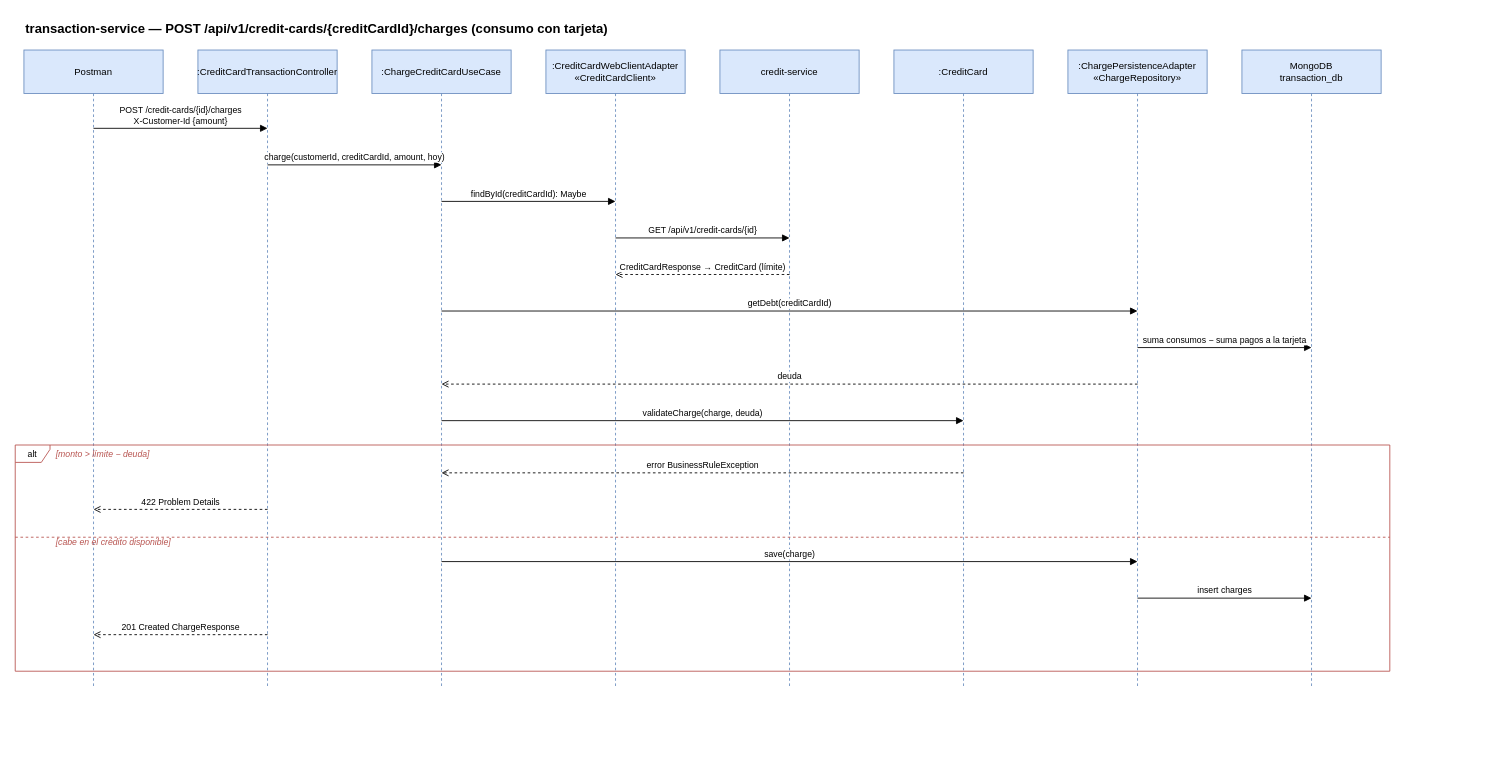
Earlier version of the draw.io diagram page "transaction-service — consumo" (5 of 5) of docs/diagrams/sequence-diagrams.drawio (kuroxbyte/bootcamp-bank-project-docs). Source tidied: cells renumbered, new cells numbered last; positions are measured from the earlier drawing's top-left corner, leaving out a move shared by most shapes. Both pictures are drawn from the tidied source at 87%, with x=0, y=0 at pixel (15, 15).
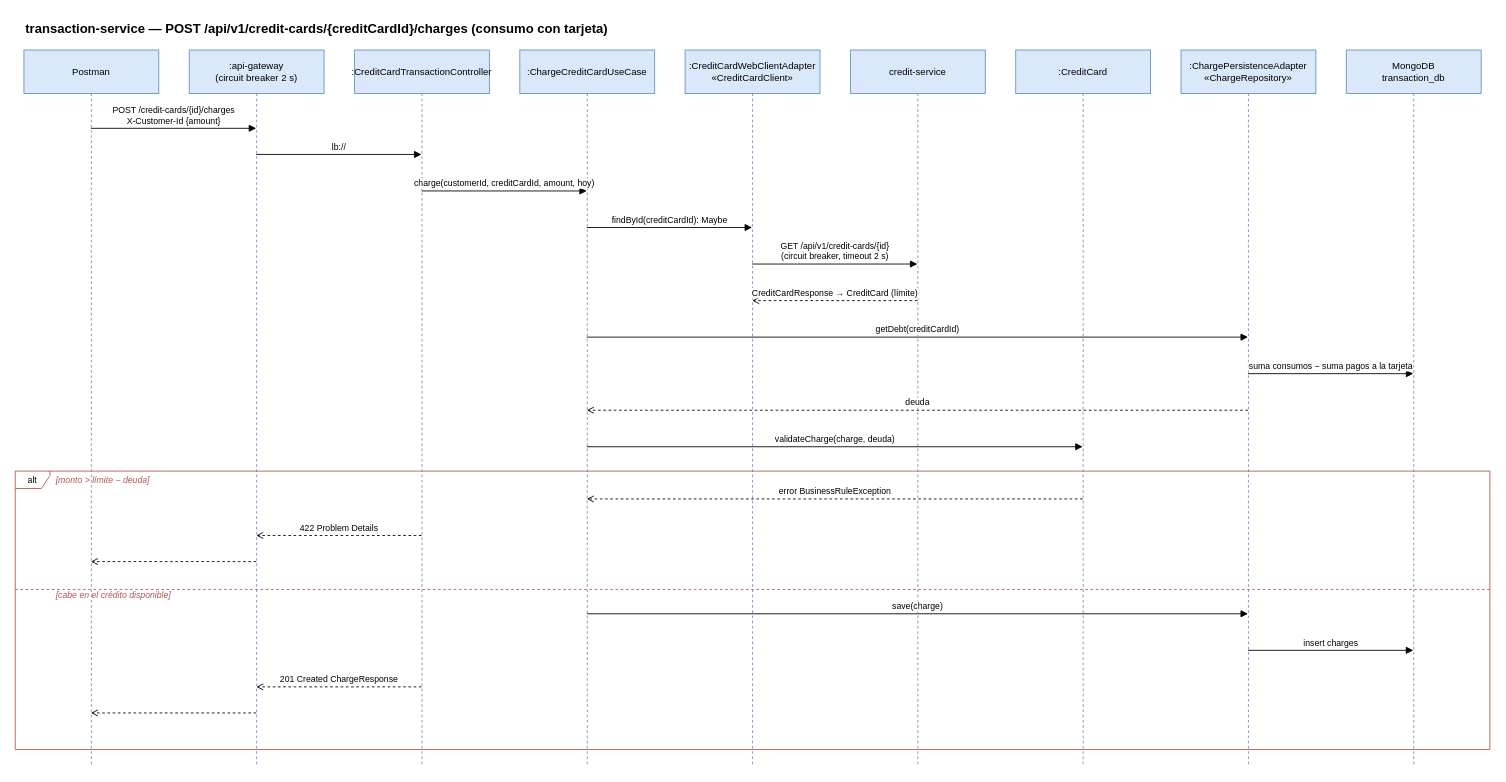
The same page after the edit.

Commit message (it also covers changes not shown here):
docs: incluir el gateway, Eureka y el circuit breaker en los diagramas

Diff of the diagram source:
```diff
@@
-    <mxCell id="3" value="Postman" style="shape=umlLifeline;perimeter=lifelinePerimeter;whiteSpace=wrap;html=1;size=50;fontSize=11;fillColor=#dae8fc;strokeColor=#6c8ebf;" parent="1" vertex="1">
-      <mxGeometry x="10" y="40" width="160" height="734" as="geometry" />
-    </mxCell>
-    <mxCell id="4" value=":CreditCardTransactionController" style="shape=umlLifeline;perimeter=lifelinePerimeter;whiteSpace=wrap;html=1;size=50;fontSize=11;fillColor=#dae8fc;strokeColor=#6c8ebf;" parent="1" vertex="1">
-      <mxGeometry x="210" y="40" width="160" height="734" as="geometry" />
-    </mxCell>
-    <mxCell id="5" value=":ChargeCreditCardUseCase" style="shape=umlLifeline;perimeter=lifelinePerimeter;whiteSpace=wrap;html=1;size=50;fontSize=11;fillColor=#dae8fc;strokeColor=#6c8ebf;" parent="1" vertex="1">
-      <mxGeometry x="410" y="40" width="160" height="734" as="geometry" />
-    </mxCell>
-    <mxCell id="6" value=":CreditCardWebClientAdapter&lt;br&gt;«CreditCardClient»" style="shape=umlLifeline;perimeter=lifelinePerimeter;whiteSpace=wrap;html=1;size=50;fontSize=11;fillColor=#dae8fc;strokeColor=#6c8ebf;" parent="1" vertex="1">
-      <mxGeometry x="610" y="40" width="160" height="734" as="geometry" />
+    <mxCell id="6" value="Postman" style="shape=umlLifeline;perimeter=lifelinePerimeter;whiteSpace=wrap;html=1;size=50;fontSize=11;fillColor=#dae8fc;strokeColor=#6c8ebf;" parent="1" vertex="1">
+      <mxGeometry x="10" y="40" width="155" height="824" as="geometry" />
     </mxCell>
-    <mxCell id="7" value="credit-service" style="shape=umlLifeline;perimeter=lifelinePerimeter;whiteSpace=wrap;html=1;size=50;fontSize=11;fillColor=#dae8fc;strokeColor=#6c8ebf;" parent="1" vertex="1">
-      <mxGeometry x="810" y="40" width="160" height="734" as="geometry" />
+    <mxCell id="7" value=":api-gateway&lt;br&gt;(circuit breaker 2 s)" style="shape=umlLifeline;perimeter=lifelinePerimeter;whiteSpace=wrap;html=1;size=50;fontSize=11;fillColor=#dae8fc;strokeColor=#6c8ebf;" parent="1" vertex="1">
+      <mxGeometry x="200" y="40" width="155" height="824" as="geometry" />
     </mxCell>
-    <mxCell id="8" value=":CreditCard" style="shape=umlLifeline;perimeter=lifelinePerimeter;whiteSpace=wrap;html=1;size=50;fontSize=11;fillColor=#dae8fc;strokeColor=#6c8ebf;" parent="1" vertex="1">
-      <mxGeometry x="1010" y="40" width="160" height="734" as="geometry" />
+    <mxCell id="8" value=":CreditCardTransactionController" style="shape=umlLifeline;perimeter=lifelinePerimeter;whiteSpace=wrap;html=1;size=50;fontSize=11;fillColor=#dae8fc;strokeColor=#6c8ebf;" parent="1" vertex="1">
+      <mxGeometry x="390" y="40" width="155" height="824" as="geometry" />
     </mxCell>
-    <mxCell id="9" value=":ChargePersistenceAdapter&lt;br&gt;«ChargeRepository»" style="shape=umlLifeline;perimeter=lifelinePerimeter;whiteSpace=wrap;html=1;size=50;fontSize=11;fillColor=#dae8fc;strokeColor=#6c8ebf;" parent="1" vertex="1">
-      <mxGeometry x="1210" y="40" width="160" height="734" as="geometry" />
+    <mxCell id="9" value=":ChargeCreditCardUseCase" style="shape=umlLifeline;perimeter=lifelinePerimeter;whiteSpace=wrap;html=1;size=50;fontSize=11;fillColor=#dae8fc;strokeColor=#6c8ebf;" parent="1" vertex="1">
+      <mxGeometry x="580" y="40" width="155" height="824" as="geometry" />
     </mxCell>
-    <mxCell id="10" value="MongoDB&lt;br&gt;transaction_db" style="shape=umlLifeline;perimeter=lifelinePerimeter;whiteSpace=wrap;html=1;size=50;fontSize=11;fillColor=#dae8fc;strokeColor=#6c8ebf;" parent="1" vertex="1">
-      <mxGeometry x="1410" y="40" width="160" height="734" as="geometry" />
+    <mxCell id="10" value=":CreditCardWebClientAdapter&lt;br&gt;«CreditCardClient»" style="shape=umlLifeline;perimeter=lifelinePerimeter;whiteSpace=wrap;html=1;size=50;fontSize=11;fillColor=#dae8fc;strokeColor=#6c8ebf;" parent="1" vertex="1">
+      <mxGeometry x="770" y="40" width="155" height="824" as="geometry" />
     </mxCell>
-    <mxCell id="11" value="alt" style="shape=umlFrame;whiteSpace=wrap;html=1;width=40;height=20;fillColor=none;strokeColor=#b85450;fontSize=10;" parent="1" vertex="1">
-      <mxGeometry y="494" width="1580" height="260" as="geometry" />
+    <mxCell id="11" value="credit-service" style="shape=umlLifeline;perimeter=lifelinePerimeter;whiteSpace=wrap;html=1;size=50;fontSize=11;fillColor=#dae8fc;strokeColor=#6c8ebf;" parent="1" vertex="1">
+      <mxGeometry x="960" y="40" width="155" height="824" as="geometry" />
     </mxCell>
-    <mxCell id="12" value="[monto &gt; límite − deuda]" style="text;html=1;fontSize=10;fontStyle=2;align=left;fontColor=#b85450;" parent="1" vertex="1">
-      <mxGeometry x="45" y="492" width="420" height="16" as="geometry" />
+    <mxCell id="12" value=":CreditCard" style="shape=umlLifeline;perimeter=lifelinePerimeter;whiteSpace=wrap;html=1;size=50;fontSize=11;fillColor=#dae8fc;strokeColor=#6c8ebf;" parent="1" vertex="1">
+      <mxGeometry x="1150" y="40" width="155" height="824" as="geometry" />
     </mxCell>
-    <mxCell id="13" value="[cabe en el crédito disponible]" style="text;html=1;fontSize=10;fontStyle=2;align=left;fontColor=#b85450;" parent="1" vertex="1">
-      <mxGeometry x="45" y="594" width="420" height="16" as="geometry" />
+    <mxCell id="13" value=":ChargePersistenceAdapter&lt;br&gt;«ChargeRepository»" style="shape=umlLifeline;perimeter=lifelinePerimeter;whiteSpace=wrap;html=1;size=50;fontSize=11;fillColor=#dae8fc;strokeColor=#6c8ebf;" parent="1" vertex="1">
+      <mxGeometry x="1340" y="40" width="155" height="824" as="geometry" />
     </mxCell>
-    <mxCell id="14" style="endArrow=none;dashed=1;html=1;strokeColor=#b85450;" parent="1" edge="1">
-      <mxGeometry relative="1" as="geometry">
-        <mxPoint y="600" as="sourcePoint" />
-        <mxPoint x="1580" y="600" as="targetPoint" />
-      </mxGeometry>
+    <mxCell id="14" value="MongoDB&lt;br&gt;transaction_db" style="shape=umlLifeline;perimeter=lifelinePerimeter;whiteSpace=wrap;html=1;size=50;fontSize=11;fillColor=#dae8fc;strokeColor=#6c8ebf;" parent="1" vertex="1">
+      <mxGeometry x="1530" y="40" width="155" height="824" as="geometry" />
     </mxCell>
+    <mxCell id="29" value="alt" style="shape=umlFrame;whiteSpace=wrap;html=1;width=40;height=20;fillColor=none;strokeColor=#b85450;fontSize=10;" parent="1" vertex="1">
+      <mxGeometry y="524" width="1695" height="320" as="geometry" />
+    </mxCell>
+    <mxCell id="30" value="[monto &gt; límite − deuda]" style="text;html=1;fontSize=10;fontStyle=2;align=left;fontColor=#b85450;" parent="1" vertex="1">
+      <mxGeometry x="45" y="522" width="420" height="16" as="geometry" />
+    </mxCell>
+    <mxCell id="31" value="[cabe en el crédito disponible]" style="text;html=1;fontSize=10;fontStyle=2;align=left;fontColor=#b85450;" parent="1" vertex="1">
+      <mxGeometry x="45" y="654" width="420" height="16" as="geometry" />
+    </mxCell>
+    <mxCell id="32" style="endArrow=none;dashed=1;html=1;strokeColor=#b85450;" parent="1" edge="1">
+      <mxGeometry relative="1" as="geometry">
+        <mxPoint y="660" as="sourcePoint" />
+        <mxPoint x="1695" y="660" as="targetPoint" />
+      </mxGeometry>
+    </mxCell>
     <mxCell id="15" value="POST /credit-cards/{id}/charges&lt;br&gt;X-Customer-Id {amount}" style="endArrow=block;endFill=1;html=1;rounded=0;fontSize=10;verticalAlign=bottom;labelBackgroundColor=#ffffff;" parent="1" edge="1">
       <mxGeometry relative="1" as="geometry">
-        <mxPoint x="90" y="130" as="sourcePoint" />
-        <mxPoint x="290" y="130" as="targetPoint" />
+        <mxPoint x="87" y="130" as="sourcePoint" />
+        <mxPoint x="277" y="130" as="targetPoint" />
       </mxGeometry>
     </mxCell>
-    <mxCell id="16" value="charge(customerId, creditCardId, amount, hoy)" style="endArrow=block;endFill=1;html=1;rounded=0;fontSize=10;verticalAlign=bottom;labelBackgroundColor=#ffffff;" parent="1" edge="1">
+    <mxCell id="16" value="lb://" style="endArrow=block;endFill=1;html=1;rounded=0;fontSize=10;verticalAlign=bottom;labelBackgroundColor=#ffffff;" parent="1" edge="1">
       <mxGeometry relative="1" as="geometry">
-        <mxPoint x="290" y="172" as="sourcePoint" />
-        <mxPoint x="490" y="172" as="targetPoint" />
+        <mxPoint x="277" y="160" as="sourcePoint" />
+        <mxPoint x="467" y="160" as="targetPoint" />
       </mxGeometry>
     </mxCell>
-    <mxCell id="17" value="findById(creditCardId): Maybe" style="endArrow=block;endFill=1;html=1;rounded=0;fontSize=10;verticalAlign=bottom;labelBackgroundColor=#ffffff;" parent="1" edge="1">
+    <mxCell id="17" value="charge(customerId, creditCardId, amount, hoy)" style="endArrow=block;endFill=1;html=1;rounded=0;fontSize=10;verticalAlign=bottom;labelBackgroundColor=#ffffff;" parent="1" edge="1">
       <mxGeometry relative="1" as="geometry">
-        <mxPoint x="490" y="214" as="sourcePoint" />
-        <mxPoint x="690" y="214" as="targetPoint" />
+        <mxPoint x="467" y="202" as="sourcePoint" />
+        <mxPoint x="657" y="202" as="targetPoint" />
       </mxGeometry>
     </mxCell>
-    <mxCell id="18" value="GET /api/v1/credit-cards/{id}" style="endArrow=block;endFill=1;html=1;rounded=0;fontSize=10;verticalAlign=bottom;labelBackgroundColor=#ffffff;" parent="1" edge="1">
+    <mxCell id="18" value="findById(creditCardId): Maybe" style="endArrow=block;endFill=1;html=1;rounded=0;fontSize=10;verticalAlign=bottom;labelBackgroundColor=#ffffff;" parent="1" edge="1">
       <mxGeometry relative="1" as="geometry">
-        <mxPoint x="690" y="256" as="sourcePoint" />
-        <mxPoint x="890" y="256" as="targetPoint" />
+        <mxPoint x="657" y="244" as="sourcePoint" />
+        <mxPoint x="847" y="244" as="targetPoint" />
       </mxGeometry>
     </mxCell>
-    <mxCell id="19" value="CreditCardResponse → CreditCard (límite)" style="endArrow=open;dashed=1;html=1;rounded=0;fontSize=10;verticalAlign=bottom;labelBackgroundColor=#ffffff;" parent="1" edge="1">
+    <mxCell id="19" value="GET /api/v1/credit-cards/{id}&lt;br&gt;(circuit breaker, timeout 2 s)" style="endArrow=block;endFill=1;html=1;rounded=0;fontSize=10;verticalAlign=bottom;labelBackgroundColor=#ffffff;" parent="1" edge="1">
       <mxGeometry relative="1" as="geometry">
-        <mxPoint x="890" y="298" as="sourcePoint" />
-        <mxPoint x="690" y="298" as="targetPoint" />
+        <mxPoint x="847" y="286" as="sourcePoint" />
+        <mxPoint x="1037" y="286" as="targetPoint" />
       </mxGeometry>
     </mxCell>
-    <mxCell id="20" value="getDebt(creditCardId)" style="endArrow=block;endFill=1;html=1;rounded=0;fontSize=10;verticalAlign=bottom;labelBackgroundColor=#ffffff;" parent="1" edge="1">
+    <mxCell id="20" value="CreditCardResponse → CreditCard (límite)" style="endArrow=open;dashed=1;html=1;rounded=0;fontSize=10;verticalAlign=bottom;labelBackgroundColor=#ffffff;" parent="1" edge="1">
       <mxGeometry relative="1" as="geometry">
-        <mxPoint x="490" y="340" as="sourcePoint" />
-        <mxPoint x="1290" y="340" as="targetPoint" />
+        <mxPoint x="1037" y="328" as="sourcePoint" />
+        <mxPoint x="847" y="328" as="targetPoint" />
       </mxGeometry>
     </mxCell>
-    <mxCell id="21" value="suma consumos − suma pagos a la tarjeta" style="endArrow=block;endFill=1;html=1;rounded=0;fontSize=10;verticalAlign=bottom;labelBackgroundColor=#ffffff;" parent="1" edge="1">
+    <mxCell id="21" value="getDebt(creditCardId)" style="endArrow=block;endFill=1;html=1;rounded=0;fontSize=10;verticalAlign=bottom;labelBackgroundColor=#ffffff;" parent="1" edge="1">
       <mxGeometry relative="1" as="geometry">
-        <mxPoint x="1290" y="382" as="sourcePoint" />
-        <mxPoint x="1490" y="382" as="targetPoint" />
+        <mxPoint x="657" y="370" as="sourcePoint" />
+        <mxPoint x="1417" y="370" as="targetPoint" />
       </mxGeometry>
     </mxCell>
-    <mxCell id="22" value="deuda" style="endArrow=open;dashed=1;html=1;rounded=0;fontSize=10;verticalAlign=bottom;labelBackgroundColor=#ffffff;" parent="1" edge="1">
+    <mxCell id="22" value="suma consumos − suma pagos a la tarjeta" style="endArrow=block;endFill=1;html=1;rounded=0;fontSize=10;verticalAlign=bottom;labelBackgroundColor=#ffffff;" parent="1" edge="1">
       <mxGeometry relative="1" as="geometry">
-        <mxPoint x="1290" y="424" as="sourcePoint" />
-        <mxPoint x="490" y="424" as="targetPoint" />
+        <mxPoint x="1417" y="412" as="sourcePoint" />
+        <mxPoint x="1607" y="412" as="targetPoint" />
       </mxGeometry>
     </mxCell>
-    <mxCell id="23" value="validateCharge(charge, deuda)" style="endArrow=block;endFill=1;html=1;rounded=0;fontSize=10;verticalAlign=bottom;labelBackgroundColor=#ffffff;" parent="1" edge="1">
+    <mxCell id="23" value="deuda" style="endArrow=open;dashed=1;html=1;rounded=0;fontSize=10;verticalAlign=bottom;labelBackgroundColor=#ffffff;" parent="1" edge="1">
       <mxGeometry relative="1" as="geometry">
-        <mxPoint x="490" y="466" as="sourcePoint" />
-        <mxPoint x="1090" y="466" as="targetPoint" />
+        <mxPoint x="1417" y="454" as="sourcePoint" />
+        <mxPoint x="657" y="454" as="targetPoint" />
       </mxGeometry>
     </mxCell>
-    <mxCell id="24" value="error BusinessRuleException" style="endArrow=open;dashed=1;html=1;rounded=0;fontSize=10;verticalAlign=bottom;labelBackgroundColor=#ffffff;" parent="1" edge="1">
+    <mxCell id="24" value="validateCharge(charge, deuda)" style="endArrow=block;endFill=1;html=1;rounded=0;fontSize=10;verticalAlign=bottom;labelBackgroundColor=#ffffff;" parent="1" edge="1">
       <mxGeometry relative="1" as="geometry">
-        <mxPoint x="1090" y="526" as="sourcePoint" />
-        <mxPoint x="490" y="526" as="targetPoint" />
+        <mxPoint x="657" y="496" as="sourcePoint" />
+        <mxPoint x="1227" y="496" as="targetPoint" />
       </mxGeometry>
     </mxCell>
-    <mxCell id="25" value="422 Problem Details" style="endArrow=open;dashed=1;html=1;rounded=0;fontSize=10;verticalAlign=bottom;labelBackgroundColor=#ffffff;" parent="1" edge="1">
+    <mxCell id="25" value="error BusinessRuleException" style="endArrow=open;dashed=1;html=1;rounded=0;fontSize=10;verticalAlign=bottom;labelBackgroundColor=#ffffff;" parent="1" edge="1">
       <mxGeometry relative="1" as="geometry">
-        <mxPoint x="290" y="568" as="sourcePoint" />
-        <mxPoint x="90" y="568" as="targetPoint" />
+        <mxPoint x="1227" y="556" as="sourcePoint" />
+        <mxPoint x="657" y="556" as="targetPoint" />
       </mxGeometry>
     </mxCell>
-    <mxCell id="26" value="save(charge)" style="endArrow=block;endFill=1;html=1;rounded=0;fontSize=10;verticalAlign=bottom;labelBackgroundColor=#ffffff;" parent="1" edge="1">
+    <mxCell id="26" value="422 Problem Details" style="endArrow=open;dashed=1;html=1;rounded=0;fontSize=10;verticalAlign=bottom;labelBackgroundColor=#ffffff;" parent="1" edge="1">
       <mxGeometry relative="1" as="geometry">
-        <mxPoint x="490" y="628" as="sourcePoint" />
-        <mxPoint x="1290" y="628" as="targetPoint" />
+        <mxPoint x="467" y="598" as="sourcePoint" />
+        <mxPoint x="277" y="598" as="targetPoint" />
       </mxGeometry>
     </mxCell>
-    <mxCell id="27" value="insert charges" style="endArrow=block;endFill=1;html=1;rounded=0;fontSize=10;verticalAlign=bottom;labelBackgroundColor=#ffffff;" parent="1" edge="1">
+    <mxCell id="27" style="endArrow=open;dashed=1;html=1;rounded=0;fontSize=10;verticalAlign=bottom;labelBackgroundColor=#ffffff;" parent="1" edge="1">
       <mxGeometry relative="1" as="geometry">
-        <mxPoint x="1290" y="670" as="sourcePoint" />
-        <mxPoint x="1490" y="670" as="targetPoint" />
+        <mxPoint x="277" y="628" as="sourcePoint" />
+        <mxPoint x="87" y="628" as="targetPoint" />
       </mxGeometry>
     </mxCell>
-    <mxCell id="28" value="201 Created ChargeResponse" style="endArrow=open;dashed=1;html=1;rounded=0;fontSize=10;verticalAlign=bottom;labelBackgroundColor=#ffffff;" parent="1" edge="1">
+    <mxCell id="28" value="save(charge)" style="endArrow=block;endFill=1;html=1;rounded=0;fontSize=10;verticalAlign=bottom;labelBackgroundColor=#ffffff;" parent="1" edge="1">
       <mxGeometry relative="1" as="geometry">
-        <mxPoint x="290" y="712" as="sourcePoint" />
-        <mxPoint x="90" y="712" as="targetPoint" />
+        <mxPoint x="657" y="688" as="sourcePoint" />
+        <mxPoint x="1417" y="688" as="targetPoint" />
       </mxGeometry>
     </mxCell>
+    <mxCell id="3" value="insert charges" style="endArrow=block;endFill=1;html=1;rounded=0;fontSize=10;verticalAlign=bottom;labelBackgroundColor=#ffffff;" parent="1" edge="1">
+      <mxGeometry relative="1" as="geometry">
+        <mxPoint x="1417" y="730" as="sourcePoint" />
+        <mxPoint x="1607" y="730" as="targetPoint" />
+      </mxGeometry>
+    </mxCell>
+    <mxCell id="4" value="201 Created ChargeResponse" style="endArrow=open;dashed=1;html=1;rounded=0;fontSize=10;verticalAlign=bottom;labelBackgroundColor=#ffffff;" parent="1" edge="1">
+      <mxGeometry relative="1" as="geometry">
+        <mxPoint x="467" y="772" as="sourcePoint" />
+        <mxPoint x="277" y="772" as="targetPoint" />
+      </mxGeometry>
+    </mxCell>
+    <mxCell id="5" style="endArrow=open;dashed=1;html=1;rounded=0;fontSize=10;verticalAlign=bottom;labelBackgroundColor=#ffffff;" parent="1" edge="1">
+      <mxGeometry relative="1" as="geometry">
+        <mxPoint x="277" y="802" as="sourcePoint" />
+        <mxPoint x="87" y="802" as="targetPoint" />
+      </mxGeometry>
+    </mxCell>
```
